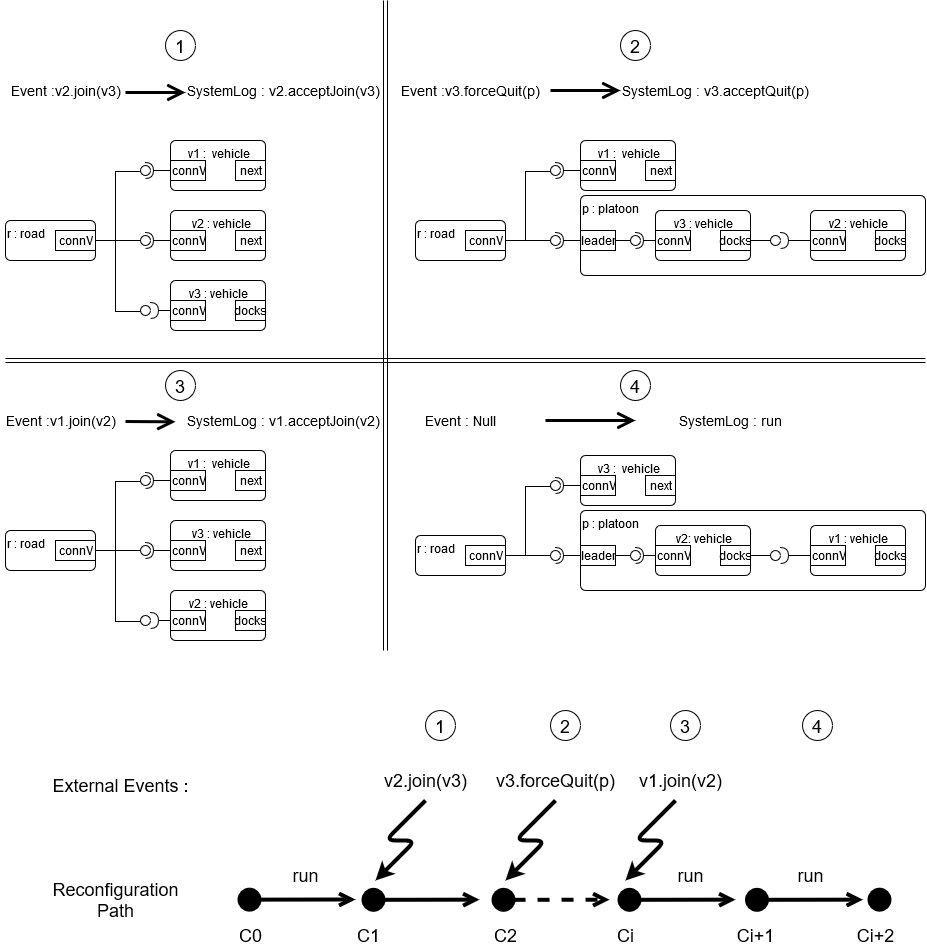
This is cheminconfig.png from jpgros/site-web, a draw.io export, as it was before one commit. Source tidied: cells renumbered, new cells last; positions are measured from the earlier drawing's top-left corner, leaving out a move shared by most shapes.
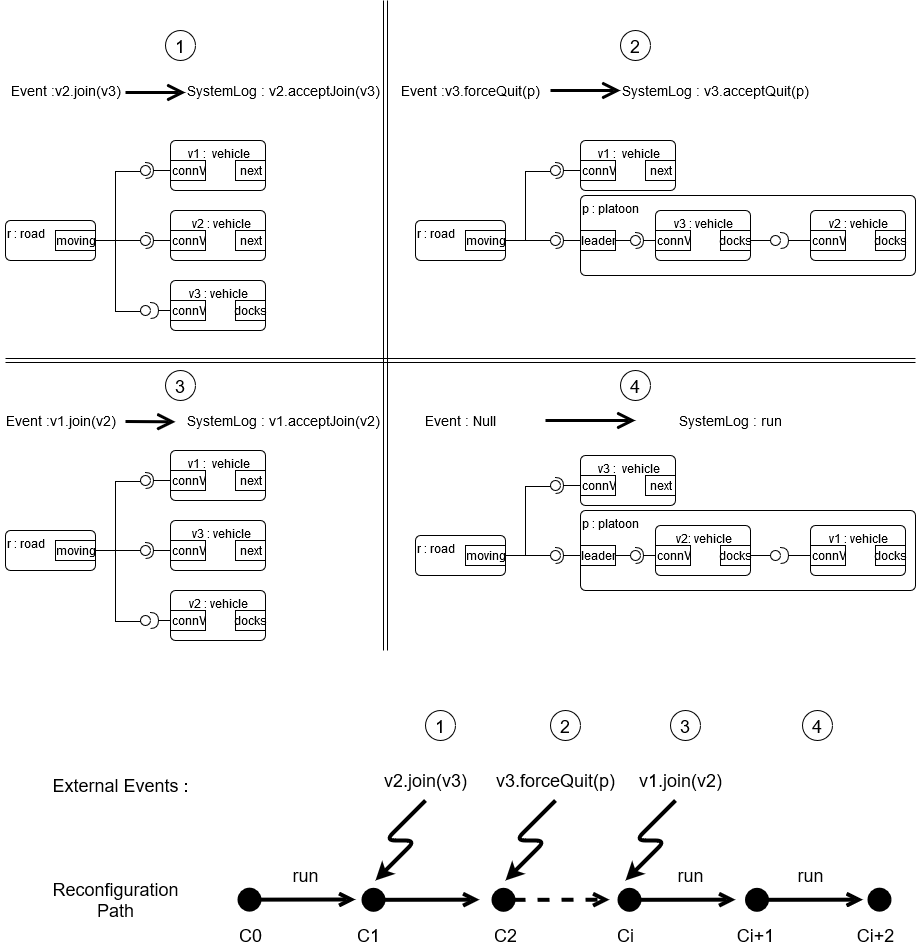
The same file after the commit.

The edit, as a diff of the source:
```diff
@@ -3,7 +3,7 @@
     <mxCell id="0" />
     <mxCell id="1" parent="0" />
     <mxCell id="2" value="p : platoon" style="html=1;align=left;verticalAlign=top;rounded=1;absoluteArcSize=1;arcSize=10;dashed=0;" parent="1" vertex="1">
-      <mxGeometry x="580" y="195" width="345" height="80" as="geometry" />
+      <mxGeometry x="580" y="195" width="335" height="80" as="geometry" />
     </mxCell>
     <mxCell id="3" value="&lt;div align=&quot;left&quot;&gt;r : road&lt;/div&gt;" style="html=1;align=left;verticalAlign=top;rounded=1;absoluteArcSize=1;arcSize=10;dashed=0;" parent="1" vertex="1">
       <mxGeometry x="5" y="220" width="90" height="40" as="geometry" />
@@ -256,11 +256,11 @@
     <mxCell id="71" style="rounded=0;jettySize=auto;html=1;endArrow=halfCircle;endFill=0;endSize=6;strokeWidth=1;exitX=0;exitY=0.5;exitDx=0;exitDy=0;" parent="1" edge="1" source="67" target="70">
       <mxGeometry relative="1" as="geometry" />
     </mxCell>
-    <mxCell id="72" value="connV" style="html=1;" parent="1" vertex="1">
+    <mxCell id="72" value="moving" style="html=1;" parent="1" vertex="1">
       <mxGeometry x="55" y="540" width="40" height="20" as="geometry" />
     </mxCell>
     <mxCell id="73" value="p : platoon" style="html=1;align=left;verticalAlign=top;rounded=1;absoluteArcSize=1;arcSize=10;dashed=0;" parent="1" vertex="1">
-      <mxGeometry x="580" y="510" width="345" height="80" as="geometry" />
+      <mxGeometry x="580" y="510" width="335" height="80" as="geometry" />
     </mxCell>
     <mxCell id="74" value="&lt;div align=&quot;left&quot;&gt;r : road&lt;/div&gt;" style="html=1;align=left;verticalAlign=top;rounded=1;absoluteArcSize=1;arcSize=10;dashed=0;" parent="1" vertex="1">
       <mxGeometry x="415" y="535" width="90" height="40" as="geometry" />
@@ -414,7 +414,7 @@
     <mxCell id="113" style="shape=link;html=1;" parent="1" edge="1">
       <mxGeometry relative="1" as="geometry">
         <mxPoint x="5" y="360" as="sourcePoint" />
-        <mxPoint x="925" y="360" as="targetPoint" />
+        <mxPoint x="915" y="360" as="targetPoint" />
       </mxGeometry>
     </mxCell>
     <mxCell id="114" value="1" style="ellipse;fillColor=#ffffff;strokeColor=#000000;fontSize=18;" parent="1" vertex="1">
@@ -552,5 +552,14 @@
     <mxCell id="144" value="1" style="ellipse;fillColor=#ffffff;strokeColor=#000000;fontSize=18;" parent="1" vertex="1">
       <mxGeometry x="425" y="710" width="30" height="30" as="geometry" />
     </mxCell>
+    <mxCell id="145" value="moving" style="html=1;" parent="1" vertex="1">
+      <mxGeometry x="55" y="230" width="40" height="20" as="geometry" />
+    </mxCell>
+    <mxCell id="146" value="moving" style="html=1;" parent="1" vertex="1">
+      <mxGeometry x="465" y="545" width="40" height="20" as="geometry" />
+    </mxCell>
+    <mxCell id="147" value="moving" style="html=1;" parent="1" vertex="1">
+      <mxGeometry x="465" y="230" width="40" height="20" as="geometry" />
+    </mxCell>
   </root>
 </mxGraphModel>
```
